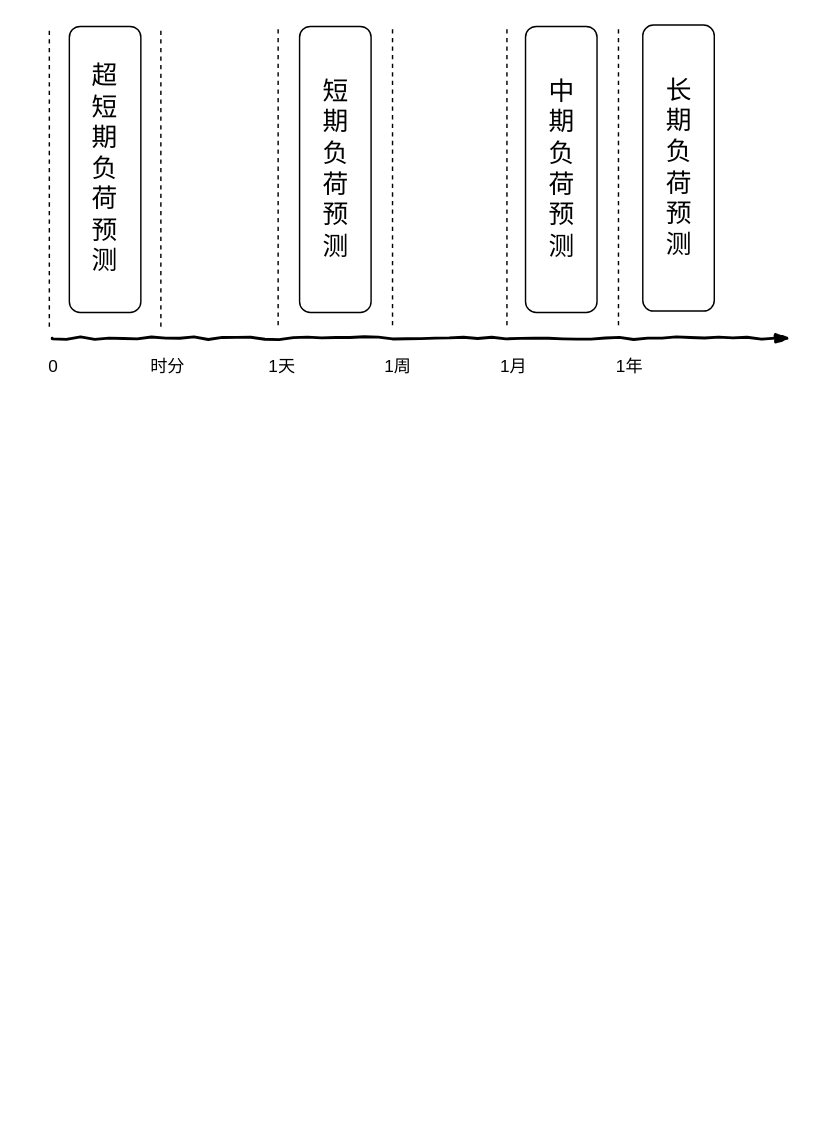
Before: Untitled Diagram.drawio in wandouni/helpful-utils, a draw.io diagram. Source tidied: cells renumbered, new cells numbered last; positions are measured from the earlier drawing's top-left corner, leaving out a move shared by most shapes. Both pictures are drawn from the tidied source at 143%, with x=0, y=0 at pixel (24, 24).
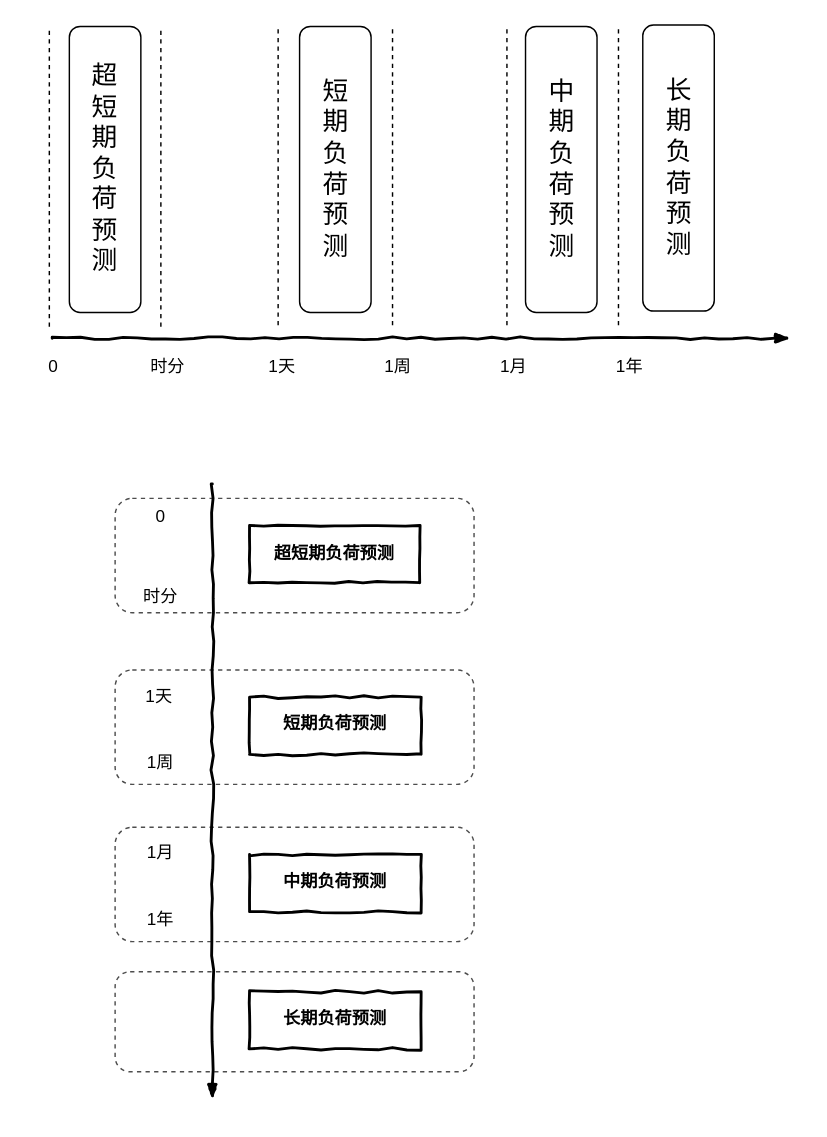
Above is the later version.

The edit, as a diff of the source:
```diff
@@
+    <mxCell id="26" style="rounded=1;whiteSpace=wrap;html=1;fontSize=12;dashed=1;strokeColor=#4D4D4D;fillColor=none;" parent="1" vertex="1">
+      <mxGeometry x="63" y="331" width="251" height="80" as="geometry" />
+    </mxCell>
+    <mxCell id="27" style="rounded=1;whiteSpace=wrap;html=1;fontSize=12;dashed=1;strokeColor=#4D4D4D;fillColor=none;" parent="1" vertex="1">
+      <mxGeometry x="63" y="662" width="251" height="70" as="geometry" />
+    </mxCell>
+    <mxCell id="28" style="rounded=1;whiteSpace=wrap;html=1;fontSize=12;dashed=1;strokeColor=#4D4D4D;fillColor=none;" parent="1" vertex="1">
+      <mxGeometry x="63" y="561" width="251" height="80" as="geometry" />
+    </mxCell>
+    <mxCell id="29" style="rounded=1;whiteSpace=wrap;html=1;fontSize=12;dashed=1;strokeColor=#4D4D4D;fillColor=none;" parent="1" vertex="1">
+      <mxGeometry x="63" y="451" width="251" height="80" as="geometry" />
+    </mxCell>
@@
+    <mxCell id="30" value="&lt;span&gt;&lt;font face=&quot;Helvetica&quot;&gt;超短期负荷预测&lt;/font&gt;&lt;/span&gt;" style="html=1;whiteSpace=wrap;comic=1;strokeWidth=2;fontFamily=Pingfang;fontStyle=1;" parent="1" vertex="1">
+      <mxGeometry x="157" y="350" width="119" height="40" as="geometry" />
+    </mxCell>
+    <mxCell id="31" value="&lt;span&gt;短期负荷预测&lt;/span&gt;" style="html=1;whiteSpace=wrap;comic=1;strokeWidth=2;fontFamily=Comic Sans MS;fontStyle=1;" parent="1" vertex="1">
+      <mxGeometry x="157" y="470" width="120" height="40" as="geometry" />
+    </mxCell>
+    <mxCell id="32" value="&lt;span&gt;中期负荷预测&lt;/span&gt;" style="html=1;whiteSpace=wrap;comic=1;strokeWidth=2;fontFamily=Comic Sans MS;fontStyle=1;" parent="1" vertex="1">
+      <mxGeometry x="157" y="580" width="120" height="40" as="geometry" />
+    </mxCell>
+    <mxCell id="33" value="&lt;span&gt;长期负荷预测&lt;/span&gt;" style="html=1;whiteSpace=wrap;comic=1;strokeWidth=2;fontFamily=Comic Sans MS;fontStyle=1;" parent="1" vertex="1">
+      <mxGeometry x="157" y="676" width="120" height="40" as="geometry" />
+    </mxCell>
+    <mxCell id="34" style="rounded=0;comic=1;strokeWidth=2;endArrow=blockThin;html=1;fontFamily=Comic Sans MS;fontStyle=1;" parent="1" edge="1">
+      <mxGeometry relative="1" as="geometry">
+        <mxPoint x="131" y="321" as="sourcePoint" />
+        <mxPoint x="131" y="751" as="targetPoint" />
+      </mxGeometry>
+    </mxCell>
+    <mxCell id="35" value="0" style="text;html=1;strokeColor=none;fillColor=none;align=center;verticalAlign=middle;whiteSpace=wrap;rounded=0;" parent="1" vertex="1">
+      <mxGeometry x="75" y="334" width="40" height="20" as="geometry" />
+    </mxCell>
+    <mxCell id="36" value="时分" style="text;html=1;strokeColor=none;fillColor=none;align=center;verticalAlign=middle;whiteSpace=wrap;rounded=0;" parent="1" vertex="1">
+      <mxGeometry x="75" y="390" width="40" height="20" as="geometry" />
+    </mxCell>
+    <mxCell id="37" value="1天" style="text;html=1;strokeColor=none;fillColor=none;align=center;verticalAlign=middle;whiteSpace=wrap;rounded=0;" parent="1" vertex="1">
+      <mxGeometry x="74" y="460" width="40" height="20" as="geometry" />
+    </mxCell>
+    <mxCell id="38" value="1周" style="text;html=1;strokeColor=none;fillColor=none;align=center;verticalAlign=middle;whiteSpace=wrap;rounded=0;" parent="1" vertex="1">
+      <mxGeometry x="75" y="506" width="40" height="20" as="geometry" />
+    </mxCell>
+    <mxCell id="39" value="1月" style="text;html=1;strokeColor=none;fillColor=none;align=center;verticalAlign=middle;whiteSpace=wrap;rounded=0;" parent="1" vertex="1">
+      <mxGeometry x="75" y="569" width="40" height="20" as="geometry" />
+    </mxCell>
+    <mxCell id="40" value="1年" style="text;html=1;strokeColor=none;fillColor=none;align=center;verticalAlign=middle;whiteSpace=wrap;rounded=0;" parent="1" vertex="1">
+      <mxGeometry x="75" y="616" width="40" height="20" as="geometry" />
+    </mxCell>
```
